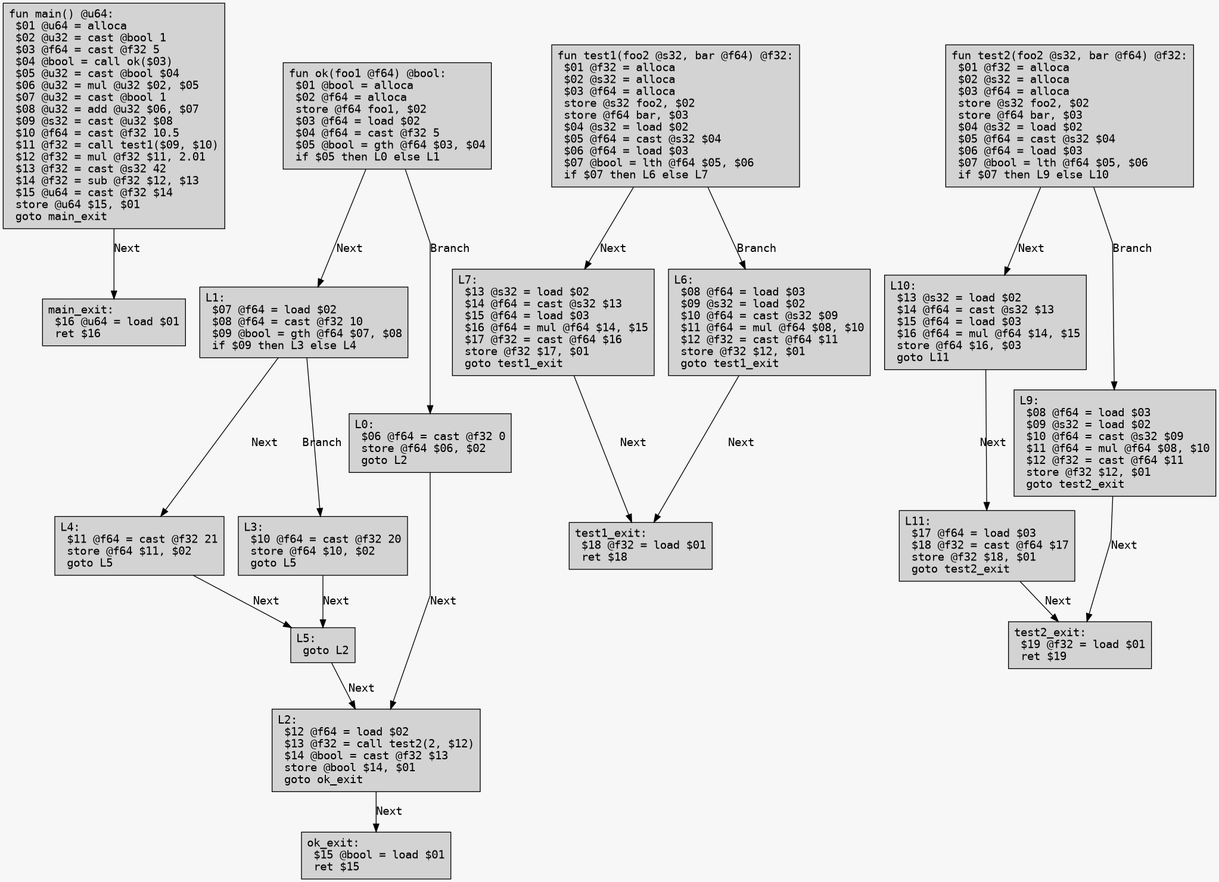
Above: example/test_org.png in Excse/arkoi_language (Graphviz), before the change. Its source is kept beside it as example/test_org.dot.
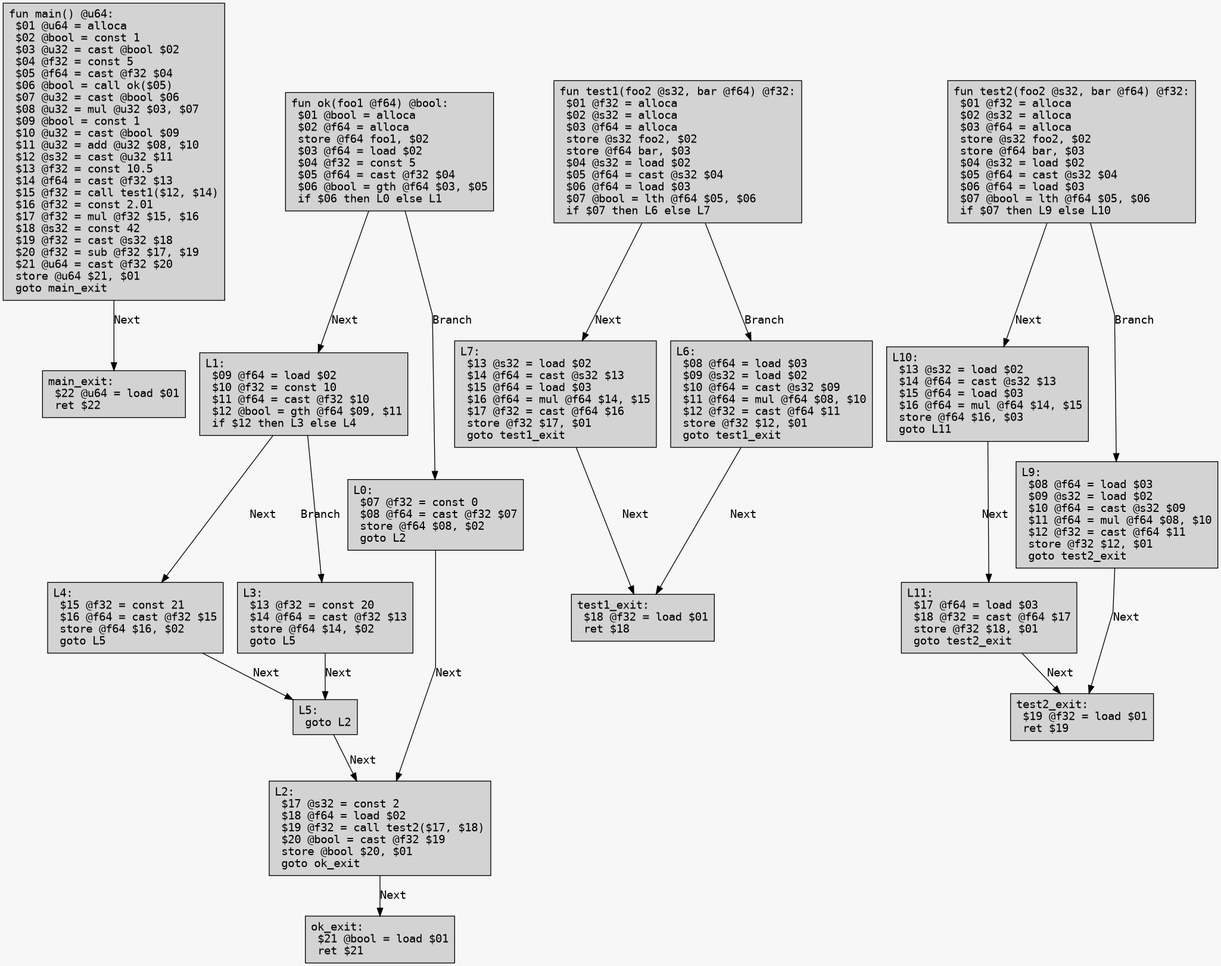
Later version of the same file.

The edit, as a diff of the source:
```diff
@@ -5,26 +5,26 @@
 	bgcolor = "#f7f7f7";
 	splines = false;
 
-	main_entry [label="fun main() @u64:\l $01 @u64 = alloca\l $02 @u32 = cast @bool 1\l $03 @f64 = cast @f32 5\l $04 @bool = call ok($03)\l $05 @u32 = cast @bool $04\l $06 @u32 = mul @u32 $02, $05\l $07 @u32 = cast @bool 1\l $08 @u32 = add @u32 $06, $07\l $09 @s32 = cast @u32 $08\l $10 @f64 = cast @f32 10.5\l $11 @f32 = call test1($09, $10)\l $12 @f32 = mul @f32 $11, 2.01\l $13 @f32 = cast @s32 42\l $14 @f32 = sub @f32 $12, $13\l $15 @u64 = cast @f32 $14\l store @u64 $15, $01\l goto main_exit\l"];
+	main_entry [label="fun main() @u64:\l $01 @u64 = alloca\l $02 @bool = const 1\l $03 @u32 = cast @bool $02\l $04 @f32 = const 5\l $05 @f64 = cast @f32 $04\l $06 @bool = call ok($05)\l $07 @u32 = cast @bool $06\l $08 @u32 = mul @u32 $03, $07\l $09 @bool = const 1\l $10 @u32 = cast @bool $09\l $11 @u32 = add @u32 $08, $10\l $12 @s32 = cast @u32 $11\l $13 @f32 = const 10.5\l $14 @f64 = cast @f32 $13\l $15 @f32 = call test1($12, $14)\l $16 @f32 = const 2.01\l $17 @f32 = mul @f32 $15, $16\l $18 @s32 = const 42\l $19 @f32 = cast @s32 $18\l $20 @f32 = sub @f32 $17, $19\l $21 @u64 = cast @f32 $20\l store @u64 $21, $01\l goto main_exit\l"];
 	main_entry -> main_exit [label="Next"];
-	main_exit [label="main_exit:\l $16 @u64 = load $01\l ret $16\l"];
-	ok_entry [label="fun ok(foo1 @f64) @bool:\l $01 @bool = alloca\l $02 @f64 = alloca\l store @f64 foo1, $02\l $03 @f64 = load $02\l $04 @f64 = cast @f32 5\l $05 @bool = gth @f64 $03, $04\l if $05 then L0 else L1\l"];
+	main_exit [label="main_exit:\l $22 @u64 = load $01\l ret $22\l"];
+	ok_entry [label="fun ok(foo1 @f64) @bool:\l $01 @bool = alloca\l $02 @f64 = alloca\l store @f64 foo1, $02\l $03 @f64 = load $02\l $04 @f32 = const 5\l $05 @f64 = cast @f32 $04\l $06 @bool = gth @f64 $03, $05\l if $06 then L0 else L1\l"];
 	ok_entry -> L1 [label="Next"];
 	ok_entry -> L0 [label="Branch"];
-	L1 [label="L1:\l $07 @f64 = load $02\l $08 @f64 = cast @f32 10\l $09 @bool = gth @f64 $07, $08\l if $09 then L3 else L4\l"];
+	L1 [label="L1:\l $09 @f64 = load $02\l $10 @f32 = const 10\l $11 @f64 = cast @f32 $10\l $12 @bool = gth @f64 $09, $11\l if $12 then L3 else L4\l"];
 	L1 -> L4 [label="Next"];
 	L1 -> L3 [label="Branch"];
-	L4 [label="L4:\l $11 @f64 = cast @f32 21\l store @f64 $11, $02\l goto L5\l"];
+	L4 [label="L4:\l $15 @f32 = const 21\l $16 @f64 = cast @f32 $15\l store @f64 $16, $02\l goto L5\l"];
 	L4 -> L5 [label="Next"];
 	L5 [label="L5:\l goto L2\l"];
 	L5 -> L2 [label="Next"];
-	L2 [label="L2:\l $12 @f64 = load $02\l $13 @f32 = call test2(2, $12)\l $14 @bool = cast @f32 $13\l store @bool $14, $01\l goto ok_exit\l"];
+	L2 [label="L2:\l $17 @s32 = const 2\l $18 @f64 = load $02\l $19 @f32 = call test2($17, $18)\l $20 @bool = cast @f32 $19\l store @bool $20, $01\l goto ok_exit\l"];
 	L2 -> ok_exit [label="Next"];
-	L3 [label="L3:\l $10 @f64 = cast @f32 20\l store @f64 $10, $02\l goto L5\l"];
+	L3 [label="L3:\l $13 @f32 = const 20\l $14 @f64 = cast @f32 $13\l store @f64 $14, $02\l goto L5\l"];
 	L3 -> L5 [label="Next"];
-	L0 [label="L0:\l $06 @f64 = cast @f32 0\l store @f64 $06, $02\l goto L2\l"];
+	L0 [label="L0:\l $07 @f32 = const 0\l $08 @f64 = cast @f32 $07\l store @f64 $08, $02\l goto L2\l"];
 	L0 -> L2 [label="Next"];
-	ok_exit [label="ok_exit:\l $15 @bool = load $01\l ret $15\l"];
+	ok_exit [label="ok_exit:\l $21 @bool = load $01\l ret $21\l"];
 	test1_entry [label="fun test1(foo2 @s32, bar @f64) @f32:\l $01 @f32 = alloca\l $02 @s32 = alloca\l $03 @f64 = alloca\l store @s32 foo2, $02\l store @f64 bar, $03\l $04 @s32 = load $02\l $05 @f64 = cast @s32 $04\l $06 @f64 = load $03\l $07 @bool = lth @f64 $05, $06\l if $07 then L6 else L7\l"];
 	test1_entry -> L7 [label="Next"];
 	test1_entry -> L6 [label="Branch"];
```
